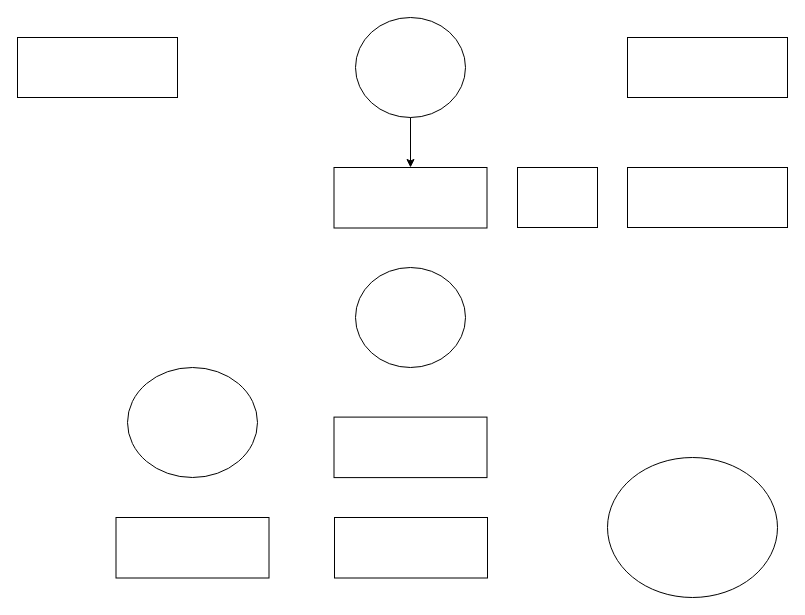
Before: Диаграмма без названия.drawio in Antwan228/GitBush, a draw.io diagram. Source tidied: cells renumbered, new cells numbered last; positions are measured from the earlier drawing's top-left corner, leaving out a move shared by most shapes. Both pictures are drawn from the tidied source at 100%, with x=0, y=0 at pixel (17, 17).
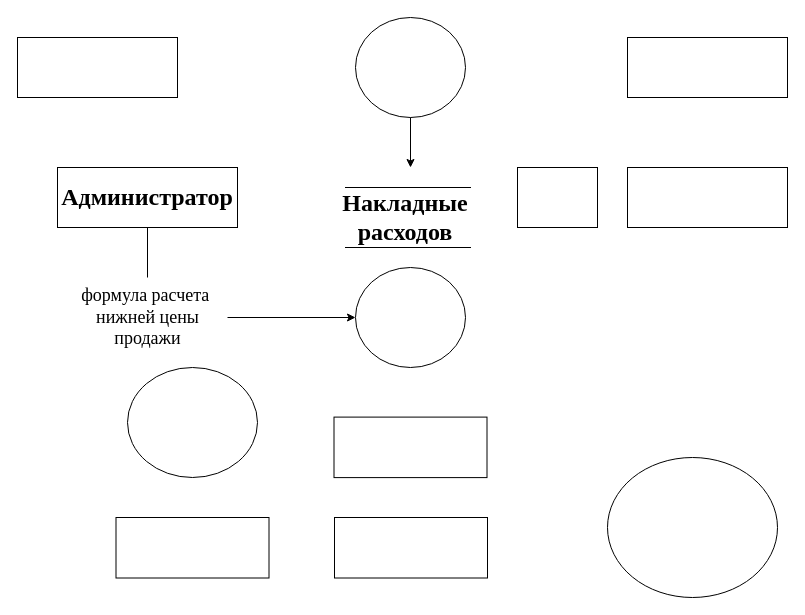
The same page after the edit.

The change refers to these unchanged cells:
```xml
<mxCell id="2" style="ellipse;whiteSpace=wrap;html=1;" parent="1" vertex="1">
  <mxGeometry x="338" width="110" height="100" as="geometry" />
</mxCell>
<mxCell id="5" style="ellipse;whiteSpace=wrap;html=1;" parent="1" vertex="1">
  <mxGeometry x="338" y="250" width="110" height="100" as="geometry" />
</mxCell>
```

Diff of the diagram source:
```diff
@@
-    <mxCell id="6" style="rounded=0;whiteSpace=wrap;html=1;" parent="1" vertex="1">
-      <mxGeometry x="316.5" y="150" width="153" height="60.5" as="geometry" />
-    </mxCell>
-    <mxCell id="7" style="endArrow=classic;html=1;rounded=0;exitX=0.5;exitY=1;exitDx=0;exitDy=0;entryX=0.5;entryY=0;entryDx=0;entryDy=0;" parent="1" edge="1" source="2" target="6">
-      <mxGeometry relative="1" as="geometry" />
+    <mxCell id="7" style="endArrow=classic;html=1;rounded=0;exitX=0.5;exitY=1;exitDx=0;exitDy=0;entryX=0.5;entryY=0;entryDx=0;entryDy=0;" parent="1" edge="1" source="2">
+      <mxGeometry relative="1" as="geometry">
+        <mxPoint x="393" y="150" as="targetPoint" />
+      </mxGeometry>
     </mxCell>
@@
+    <mxCell id="15" value="&lt;font style=&quot;font-size: 24px;&quot; face=&quot;Times New Roman&quot;&gt;&lt;b&gt;Администратор&lt;/b&gt;&lt;/font&gt;" style="rounded=0;whiteSpace=wrap;html=1;" parent="1" vertex="1">
+      <mxGeometry x="40" y="150" width="180" height="60" as="geometry" />
+    </mxCell>
+    <mxCell id="16" style="shape=partialRectangle;whiteSpace=wrap;html=1;left=0;right=0;fillColor=none;" parent="1" vertex="1">
+      <mxGeometry x="333" y="170" width="120" height="60" as="geometry" />
+    </mxCell>
+    <mxCell id="17" value="&lt;font face=&quot;Times New Roman&quot; style=&quot;font-size: 24px;&quot;&gt;&lt;b style=&quot;&quot;&gt;Накладные&lt;br&gt;расходов&lt;/b&gt;&lt;/font&gt;" style="shape=partialRectangle;whiteSpace=wrap;html=1;left=0;right=0;fillColor=none;" parent="1" vertex="1">
+      <mxGeometry x="328" y="170" width="120" height="60" as="geometry" />
+    </mxCell>
+    <mxCell id="18" value="&lt;font style=&quot;font-size: 18px;&quot; face=&quot;Times New Roman&quot;&gt;формула расчета&amp;nbsp;&lt;br&gt;нижней цены&lt;br&gt;продажи&lt;/font&gt;" style="text;html=1;align=center;verticalAlign=middle;points=[];strokeColor=none;fillColor=none;" parent="1" vertex="1">
+      <mxGeometry x="50" y="260" width="160" height="80" as="geometry" />
+    </mxCell>
+    <mxCell id="19" style="edgeStyle=none;jettySize=auto;html=1;rounded=0;" parent="1" edge="1" source="18" target="5">
+      <mxGeometry relative="1" as="geometry" />
+    </mxCell>
+    <mxCell id="20" style="endArrow=none;html=1;rounded=0;entryX=0.5;entryY=1;entryDx=0;entryDy=0;" parent="1" edge="1" source="18" target="15">
+      <mxGeometry relative="1" as="geometry" />
+    </mxCell>
```
